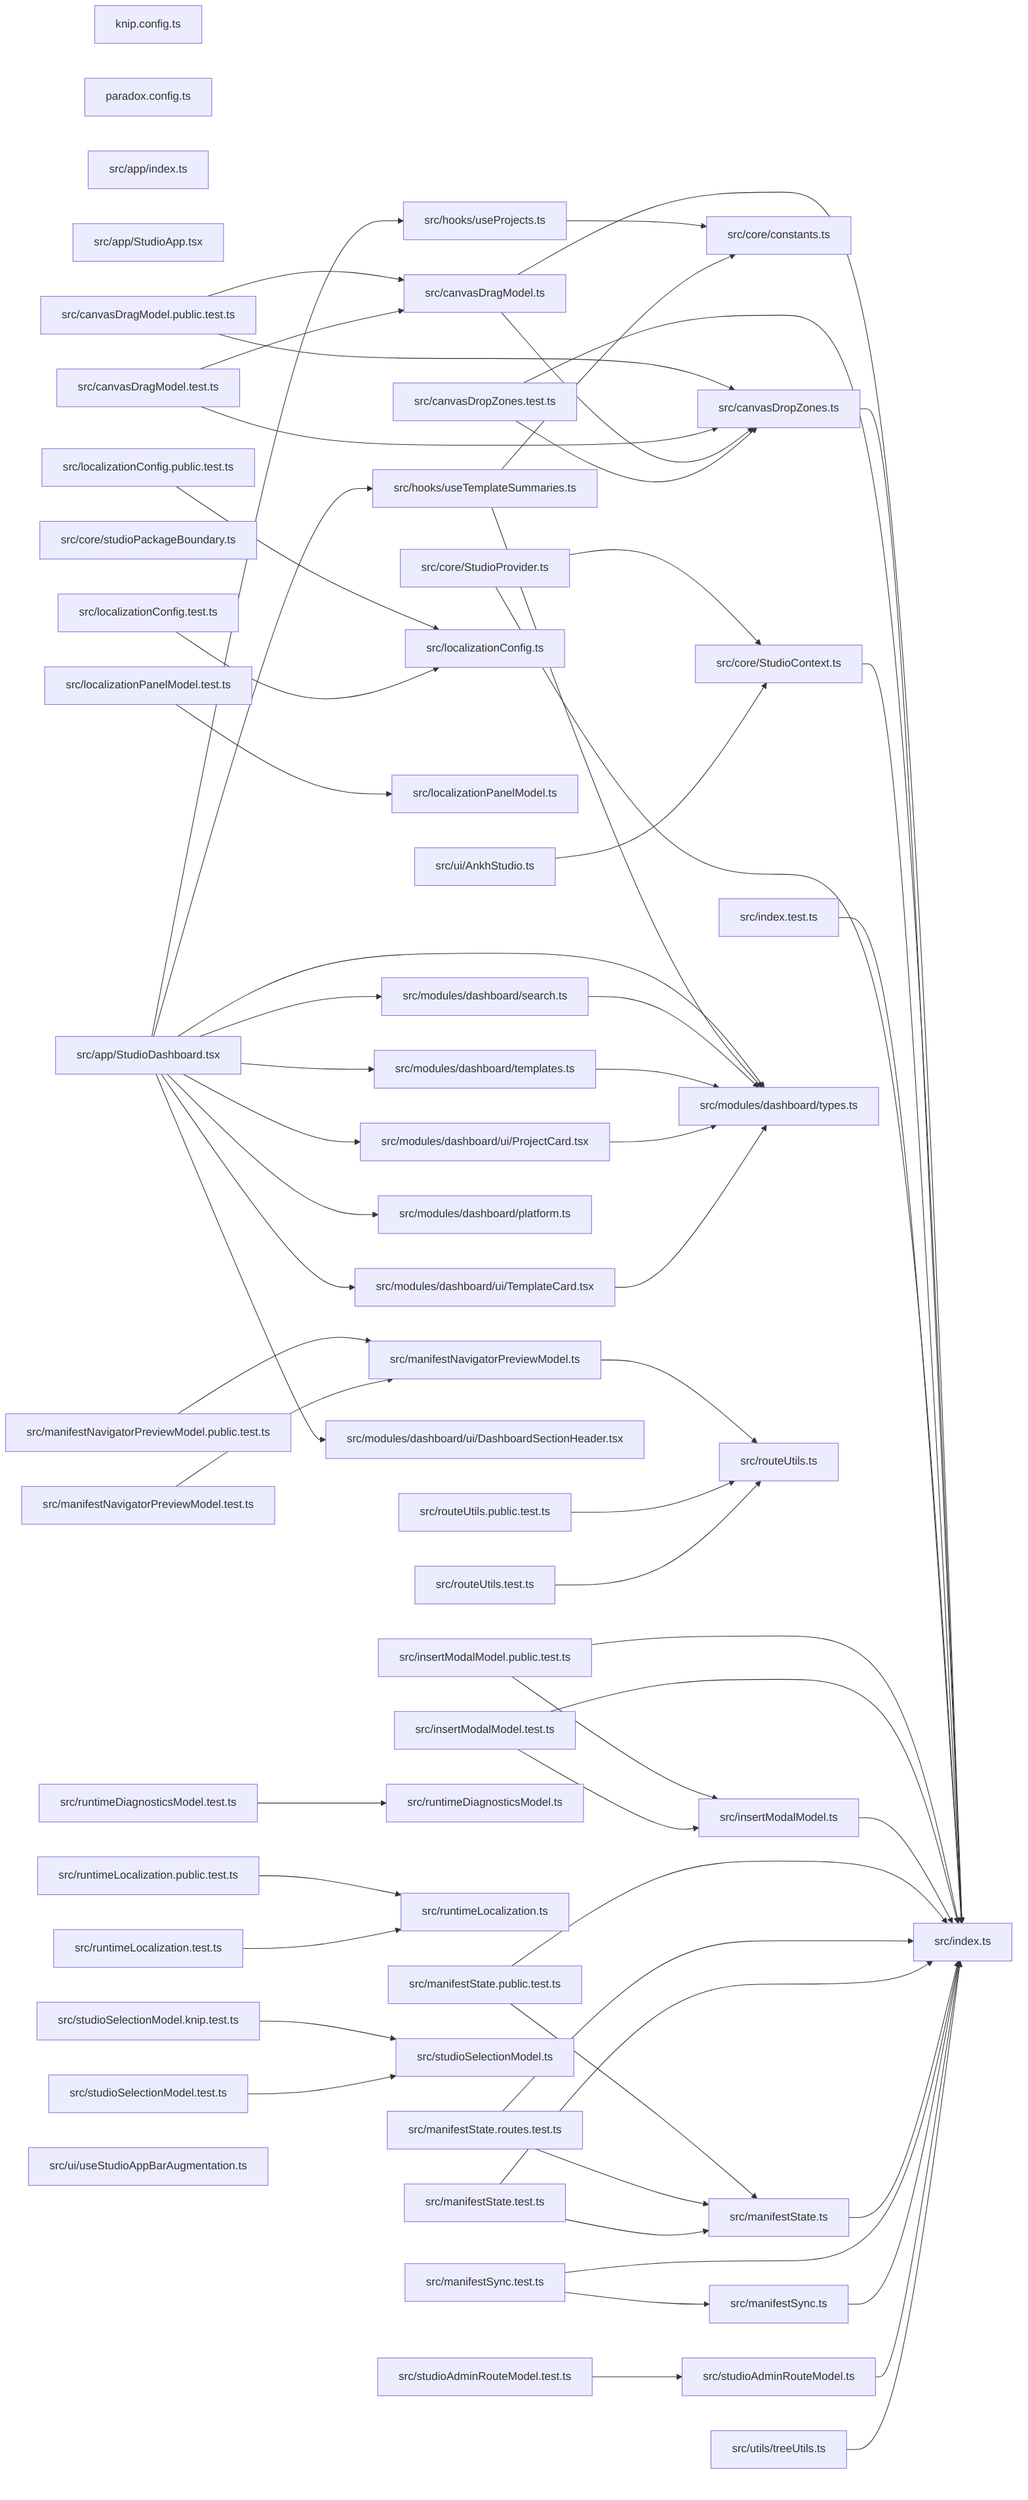
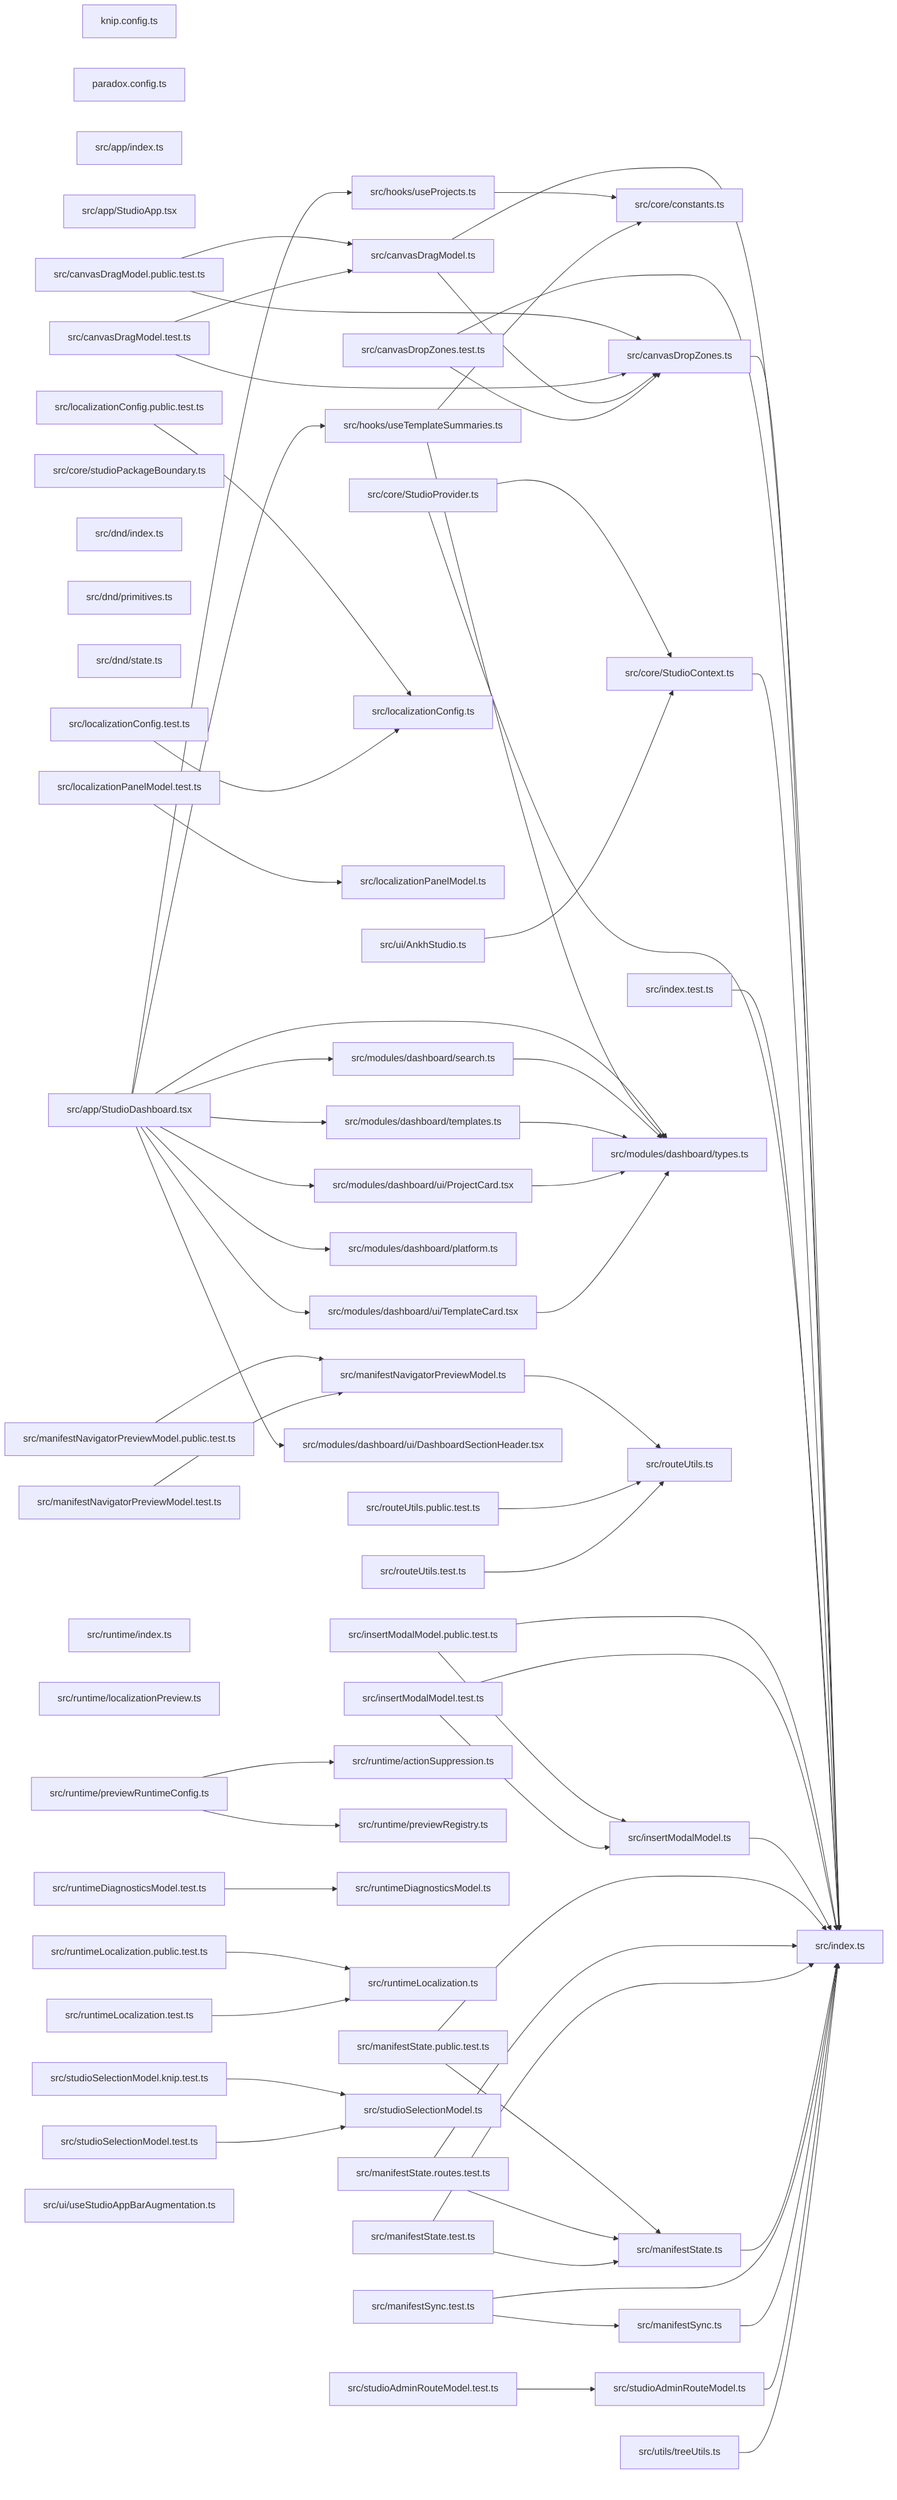
graph LR
  module_knip_config_ts["knip.config.ts"]
  module_paradox_config_ts["paradox.config.ts"]
  module_src_app_index_ts["src/app/index.ts"]
  module_src_app_StudioApp_tsx["src/app/StudioApp.tsx"]
  module_src_app_StudioDashboard_tsx["src/app/StudioDashboard.tsx"]
  module_src_canvasDragModel_public_test_ts["src/canvasDragModel.public.test.ts"]
  module_src_canvasDragModel_test_ts["src/canvasDragModel.test.ts"]
  module_src_canvasDragModel_ts["src/canvasDragModel.ts"]
  module_src_canvasDropZones_test_ts["src/canvasDropZones.test.ts"]
  module_src_canvasDropZones_ts["src/canvasDropZones.ts"]
  module_src_core_constants_ts["src/core/constants.ts"]
  module_src_core_StudioContext_ts["src/core/StudioContext.ts"]
  module_src_core_studioPackageBoundary_ts["src/core/studioPackageBoundary.ts"]
  module_src_core_StudioProvider_ts["src/core/StudioProvider.ts"]
+   module_src_dnd_index_ts["src/dnd/index.ts"]
+   module_src_dnd_primitives_ts["src/dnd/primitives.ts"]
+   module_src_dnd_state_ts["src/dnd/state.ts"]
  module_src_hooks_useProjects_ts["src/hooks/useProjects.ts"]
  module_src_hooks_useTemplateSummaries_ts["src/hooks/useTemplateSummaries.ts"]
  module_src_index_test_ts["src/index.test.ts"]
  module_src_index_ts["src/index.ts"]
  module_src_insertModalModel_public_test_ts["src/insertModalModel.public.test.ts"]
  module_src_insertModalModel_test_ts["src/insertModalModel.test.ts"]
  module_src_insertModalModel_ts["src/insertModalModel.ts"]
  module_src_localizationConfig_public_test_ts["src/localizationConfig.public.test.ts"]
  module_src_localizationConfig_test_ts["src/localizationConfig.test.ts"]
  module_src_localizationConfig_ts["src/localizationConfig.ts"]
  module_src_localizationPanelModel_test_ts["src/localizationPanelModel.test.ts"]
  module_src_localizationPanelModel_ts["src/localizationPanelModel.ts"]
  module_src_manifestNavigatorPreviewModel_public_test_ts["src/manifestNavigatorPreviewModel.public.test.ts"]
  module_src_manifestNavigatorPreviewModel_test_ts["src/manifestNavigatorPreviewModel.test.ts"]
  module_src_manifestNavigatorPreviewModel_ts["src/manifestNavigatorPreviewModel.ts"]
  module_src_manifestState_public_test_ts["src/manifestState.public.test.ts"]
  module_src_manifestState_routes_test_ts["src/manifestState.routes.test.ts"]
  module_src_manifestState_test_ts["src/manifestState.test.ts"]
  module_src_manifestState_ts["src/manifestState.ts"]
  module_src_manifestSync_test_ts["src/manifestSync.test.ts"]
  module_src_manifestSync_ts["src/manifestSync.ts"]
  module_src_modules_dashboard_platform_ts["src/modules/dashboard/platform.ts"]
  module_src_modules_dashboard_search_ts["src/modules/dashboard/search.ts"]
  module_src_modules_dashboard_templates_ts["src/modules/dashboard/templates.ts"]
  module_src_modules_dashboard_types_ts["src/modules/dashboard/types.ts"]
  module_src_modules_dashboard_ui_DashboardSectionHeader_tsx["src/modules/dashboard/ui/DashboardSectionHeader.tsx"]
  module_src_modules_dashboard_ui_ProjectCard_tsx["src/modules/dashboard/ui/ProjectCard.tsx"]
  module_src_modules_dashboard_ui_TemplateCard_tsx["src/modules/dashboard/ui/TemplateCard.tsx"]
  module_src_routeUtils_public_test_ts["src/routeUtils.public.test.ts"]
  module_src_routeUtils_test_ts["src/routeUtils.test.ts"]
  module_src_routeUtils_ts["src/routeUtils.ts"]
+   module_src_runtime_actionSuppression_ts["src/runtime/actionSuppression.ts"]
+   module_src_runtime_index_ts["src/runtime/index.ts"]
+   module_src_runtime_localizationPreview_ts["src/runtime/localizationPreview.ts"]
+   module_src_runtime_previewRegistry_ts["src/runtime/previewRegistry.ts"]
+   module_src_runtime_previewRuntimeConfig_ts["src/runtime/previewRuntimeConfig.ts"]
  module_src_runtimeDiagnosticsModel_test_ts["src/runtimeDiagnosticsModel.test.ts"]
  module_src_runtimeDiagnosticsModel_ts["src/runtimeDiagnosticsModel.ts"]
  module_src_runtimeLocalization_public_test_ts["src/runtimeLocalization.public.test.ts"]
  module_src_runtimeLocalization_test_ts["src/runtimeLocalization.test.ts"]
  module_src_runtimeLocalization_ts["src/runtimeLocalization.ts"]
  module_src_studioAdminRouteModel_test_ts["src/studioAdminRouteModel.test.ts"]
  module_src_studioAdminRouteModel_ts["src/studioAdminRouteModel.ts"]
  module_src_studioSelectionModel_knip_test_ts["src/studioSelectionModel.knip.test.ts"]
  module_src_studioSelectionModel_test_ts["src/studioSelectionModel.test.ts"]
  module_src_studioSelectionModel_ts["src/studioSelectionModel.ts"]
  module_src_ui_AnkhStudio_ts["src/ui/AnkhStudio.ts"]
  module_src_ui_useStudioAppBarAugmentation_ts["src/ui/useStudioAppBarAugmentation.ts"]
  module_src_utils_treeUtils_ts["src/utils/treeUtils.ts"]
  module_src_app_StudioDashboard_tsx --> module_src_hooks_useProjects_ts
  module_src_app_StudioDashboard_tsx --> module_src_hooks_useTemplateSummaries_ts
  module_src_app_StudioDashboard_tsx --> module_src_modules_dashboard_platform_ts
  module_src_app_StudioDashboard_tsx --> module_src_modules_dashboard_search_ts
  module_src_app_StudioDashboard_tsx --> module_src_modules_dashboard_templates_ts
  module_src_app_StudioDashboard_tsx --> module_src_modules_dashboard_types_ts
  module_src_app_StudioDashboard_tsx --> module_src_modules_dashboard_ui_DashboardSectionHeader_tsx
  module_src_app_StudioDashboard_tsx --> module_src_modules_dashboard_ui_ProjectCard_tsx
  module_src_app_StudioDashboard_tsx --> module_src_modules_dashboard_ui_TemplateCard_tsx
  module_src_canvasDragModel_public_test_ts --> module_src_canvasDragModel_ts
  module_src_canvasDragModel_public_test_ts --> module_src_canvasDropZones_ts
  module_src_canvasDragModel_test_ts --> module_src_canvasDragModel_ts
  module_src_canvasDragModel_test_ts --> module_src_canvasDropZones_ts
  module_src_canvasDragModel_ts --> module_src_canvasDropZones_ts
  module_src_canvasDragModel_ts --> module_src_index_ts
  module_src_canvasDropZones_test_ts --> module_src_canvasDropZones_ts
  module_src_canvasDropZones_test_ts --> module_src_index_ts
  module_src_canvasDropZones_ts --> module_src_index_ts
  module_src_core_StudioContext_ts --> module_src_index_ts
  module_src_core_StudioProvider_ts --> module_src_core_StudioContext_ts
  module_src_core_StudioProvider_ts --> module_src_index_ts
  module_src_hooks_useProjects_ts --> module_src_core_constants_ts
  module_src_hooks_useTemplateSummaries_ts --> module_src_core_constants_ts
  module_src_hooks_useTemplateSummaries_ts --> module_src_modules_dashboard_types_ts
  module_src_index_test_ts --> module_src_index_ts
  module_src_insertModalModel_public_test_ts --> module_src_index_ts
  module_src_insertModalModel_public_test_ts --> module_src_insertModalModel_ts
  module_src_insertModalModel_test_ts --> module_src_index_ts
  module_src_insertModalModel_test_ts --> module_src_insertModalModel_ts
  module_src_insertModalModel_ts --> module_src_index_ts
  module_src_localizationConfig_public_test_ts --> module_src_localizationConfig_ts
  module_src_localizationConfig_test_ts --> module_src_localizationConfig_ts
  module_src_localizationPanelModel_test_ts --> module_src_localizationPanelModel_ts
  module_src_manifestNavigatorPreviewModel_public_test_ts --> module_src_manifestNavigatorPreviewModel_ts
  module_src_manifestNavigatorPreviewModel_test_ts --> module_src_manifestNavigatorPreviewModel_ts
  module_src_manifestNavigatorPreviewModel_ts --> module_src_routeUtils_ts
  module_src_manifestState_public_test_ts --> module_src_index_ts
  module_src_manifestState_public_test_ts --> module_src_manifestState_ts
  module_src_manifestState_routes_test_ts --> module_src_index_ts
  module_src_manifestState_routes_test_ts --> module_src_manifestState_ts
  module_src_manifestState_test_ts --> module_src_index_ts
  module_src_manifestState_test_ts --> module_src_manifestState_ts
  module_src_manifestState_ts --> module_src_index_ts
  module_src_manifestSync_test_ts --> module_src_index_ts
  module_src_manifestSync_test_ts --> module_src_manifestSync_ts
  module_src_manifestSync_ts --> module_src_index_ts
  module_src_modules_dashboard_search_ts --> module_src_modules_dashboard_types_ts
  module_src_modules_dashboard_templates_ts --> module_src_modules_dashboard_types_ts
  module_src_modules_dashboard_ui_ProjectCard_tsx --> module_src_modules_dashboard_types_ts
  module_src_modules_dashboard_ui_TemplateCard_tsx --> module_src_modules_dashboard_types_ts
  module_src_routeUtils_public_test_ts --> module_src_routeUtils_ts
  module_src_routeUtils_test_ts --> module_src_routeUtils_ts
+   module_src_runtime_previewRuntimeConfig_ts --> module_src_runtime_actionSuppression_ts
+   module_src_runtime_previewRuntimeConfig_ts --> module_src_runtime_previewRegistry_ts
  module_src_runtimeDiagnosticsModel_test_ts --> module_src_runtimeDiagnosticsModel_ts
  module_src_runtimeLocalization_public_test_ts --> module_src_runtimeLocalization_ts
  module_src_runtimeLocalization_test_ts --> module_src_runtimeLocalization_ts
  module_src_studioAdminRouteModel_test_ts --> module_src_studioAdminRouteModel_ts
  module_src_studioAdminRouteModel_ts --> module_src_index_ts
  module_src_studioSelectionModel_knip_test_ts --> module_src_studioSelectionModel_ts
  module_src_studioSelectionModel_test_ts --> module_src_studioSelectionModel_ts
  module_src_ui_AnkhStudio_ts --> module_src_core_StudioContext_ts
  module_src_utils_treeUtils_ts --> module_src_index_ts
